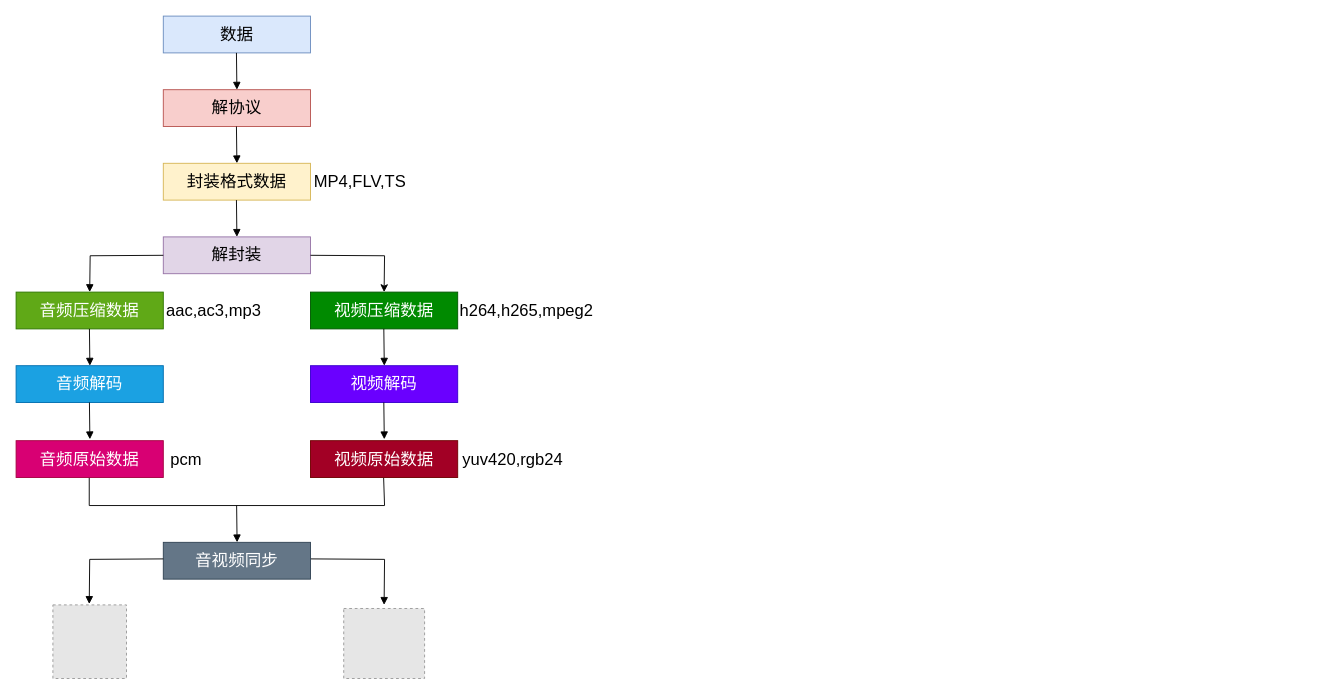
Before: page "播放器" (1 of 2) of graph.drawio in AndyYoung1004/draw.io, a draw.io diagram. Source tidied: cells renumbered, new cells numbered last; positions are measured from the earlier drawing's top-left corner, leaving out a move shared by most shapes. Both pictures are drawn from the tidied source at 92%, with x=0, y=0 at pixel (16, 16). Pictures stored in the file or linked from it are replaced by grey dashed boxes.
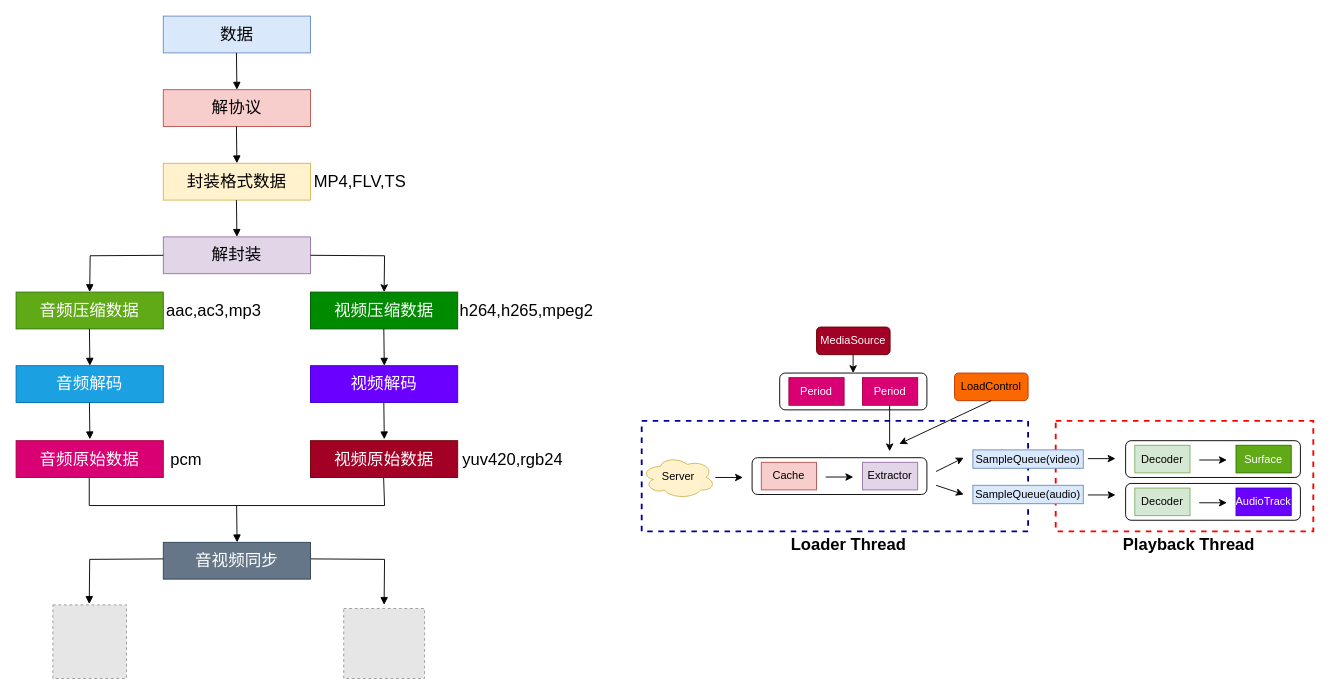
Above is the later version.

Commit message:
更新exoplayer播放器架构

What changed in the source:
```diff
@@
+    <mxCell id="33" style="rounded=0;whiteSpace=wrap;html=1;dashed=1;strokeColor=#FF0000;strokeWidth=2;" parent="1" vertex="1">
+      <mxGeometry x="1130" y="440" width="280" height="120" as="geometry" />
+    </mxCell>
+    <mxCell id="34" style="rounded=0;whiteSpace=wrap;html=1;dashed=1;strokeColor=#000099;strokeWidth=2;" parent="1" vertex="1">
+      <mxGeometry x="680" y="440" width="420" height="120" as="geometry" />
+    </mxCell>
+    <mxCell id="35" style="rounded=1;whiteSpace=wrap;html=1;" parent="1" vertex="1">
+      <mxGeometry x="830" y="388" width="160" height="40" as="geometry" />
+    </mxCell>
+    <mxCell id="36" value="Period" style="rounded=0;whiteSpace=wrap;html=1;fillColor=#d80073;fontColor=#ffffff;strokeColor=#A50040;" parent="1" vertex="1">
+      <mxGeometry x="840" y="393" width="60" height="30" as="geometry" />
+    </mxCell>
+    <mxCell id="37" value="Period" style="rounded=0;whiteSpace=wrap;html=1;fillColor=#d80073;fontColor=#ffffff;strokeColor=#A50040;" parent="1" vertex="1">
+      <mxGeometry x="920" y="393" width="60" height="30" as="geometry" />
+    </mxCell>
+    <mxCell id="38" value="MediaSource" style="rounded=1;whiteSpace=wrap;html=1;fillColor=#a20025;fontColor=#ffffff;strokeColor=#6F0000;" parent="1" vertex="1">
+      <mxGeometry x="870" y="338" width="80" height="30" as="geometry" />
+    </mxCell>
+    <mxCell id="39" value="LoadControl" style="rounded=1;whiteSpace=wrap;html=1;fillColor=#fa6800;fontColor=#000000;strokeColor=#C73500;" parent="1" vertex="1">
+      <mxGeometry x="1020" y="388" width="80" height="30" as="geometry" />
+    </mxCell>
+    <mxCell id="40" value="Server" style="ellipse;shape=cloud;whiteSpace=wrap;html=1;fillColor=#fff2cc;strokeColor=#d6b656;" parent="1" vertex="1">
+      <mxGeometry x="680" y="478" width="80" height="46.5" as="geometry" />
+    </mxCell>
+    <mxCell id="41" style="rounded=1;whiteSpace=wrap;html=1;" parent="1" vertex="1">
+      <mxGeometry x="800" y="480" width="190" height="40" as="geometry" />
+    </mxCell>
+    <mxCell id="42" value="Cache" style="rounded=0;whiteSpace=wrap;html=1;fillColor=#f8cecc;strokeColor=#b85450;" parent="1" vertex="1">
+      <mxGeometry x="810" y="485" width="60" height="30" as="geometry" />
+    </mxCell>
+    <mxCell id="43" value="Extractor" style="rounded=0;whiteSpace=wrap;html=1;fillColor=#e1d5e7;strokeColor=#9673a6;" parent="1" vertex="1">
+      <mxGeometry x="920" y="485" width="60" height="30" as="geometry" />
+    </mxCell>
+    <mxCell id="44" style="endArrow=classic;html=1;rounded=0;" parent="1" edge="1">
+      <mxGeometry relative="1" as="geometry">
+        <mxPoint x="760" y="501.5" as="sourcePoint" />
+        <mxPoint x="790" y="501.5" as="targetPoint" />
+      </mxGeometry>
+    </mxCell>
+    <mxCell id="45" style="endArrow=classic;html=1;rounded=0;" parent="1" edge="1">
+      <mxGeometry relative="1" as="geometry">
+        <mxPoint x="909.8" y="368" as="sourcePoint" />
+        <mxPoint x="909.8" y="388" as="targetPoint" />
+      </mxGeometry>
+    </mxCell>
+    <mxCell id="46" style="endArrow=classic;html=1;rounded=0;" parent="1" edge="1">
+      <mxGeometry relative="1" as="geometry">
+        <mxPoint x="880" y="501" as="sourcePoint" />
+        <mxPoint x="910" y="501" as="targetPoint" />
+      </mxGeometry>
+    </mxCell>
+    <mxCell id="47" value="SampleQueue(video)" style="rounded=0;whiteSpace=wrap;html=1;fillColor=#dae8fc;strokeColor=#6c8ebf;" parent="1" vertex="1">
+      <mxGeometry x="1040" y="471.5" width="120" height="20" as="geometry" />
+    </mxCell>
+    <mxCell id="48" value="SampleQueue(audio)" style="rounded=0;whiteSpace=wrap;html=1;fillColor=#dae8fc;strokeColor=#6c8ebf;" parent="1" vertex="1">
+      <mxGeometry x="1040" y="510" width="120" height="20" as="geometry" />
+    </mxCell>
+    <mxCell id="49" style="endArrow=classic;html=1;rounded=0;" parent="1" edge="1">
+      <mxGeometry relative="1" as="geometry">
+        <mxPoint x="1000" y="510" as="sourcePoint" />
+        <mxPoint x="1030" y="520" as="targetPoint" />
+      </mxGeometry>
+    </mxCell>
+    <mxCell id="50" style="endArrow=classic;html=1;rounded=0;" parent="1" edge="1">
+      <mxGeometry relative="1" as="geometry">
+        <mxPoint x="1000" y="495" as="sourcePoint" />
+        <mxPoint x="1030" y="480" as="targetPoint" />
+      </mxGeometry>
+    </mxCell>
+    <mxCell id="51" style="endArrow=classic;html=1;rounded=0;" parent="1" edge="1">
+      <mxGeometry relative="1" as="geometry">
+        <mxPoint x="1165" y="481" as="sourcePoint" />
+        <mxPoint x="1195" y="481" as="targetPoint" />
+      </mxGeometry>
+    </mxCell>
+    <mxCell id="52" style="endArrow=classic;html=1;rounded=0;" parent="1" edge="1">
+      <mxGeometry relative="1" as="geometry">
+        <mxPoint x="1165" y="520.5" as="sourcePoint" />
+        <mxPoint x="1195" y="520.5" as="targetPoint" />
+      </mxGeometry>
+    </mxCell>
+    <mxCell id="53" style="rounded=1;whiteSpace=wrap;html=1;" parent="1" vertex="1">
+      <mxGeometry x="1206" y="461.5" width="190" height="40" as="geometry" />
+    </mxCell>
+    <mxCell id="54" value="Decoder" style="rounded=0;whiteSpace=wrap;html=1;fillColor=#d5e8d4;strokeColor=#82b366;" parent="1" vertex="1">
+      <mxGeometry x="1216" y="466.5" width="60" height="30" as="geometry" />
+    </mxCell>
+    <mxCell id="55" value="Surface" style="rounded=0;whiteSpace=wrap;html=1;fillColor=#60a917;fontColor=#ffffff;strokeColor=#2D7600;" parent="1" vertex="1">
+      <mxGeometry x="1326" y="466.5" width="60" height="30" as="geometry" />
+    </mxCell>
+    <mxCell id="56" style="endArrow=classic;html=1;rounded=0;" parent="1" edge="1">
+      <mxGeometry relative="1" as="geometry">
+        <mxPoint x="1286" y="482.5" as="sourcePoint" />
+        <mxPoint x="1316" y="482.5" as="targetPoint" />
+      </mxGeometry>
+    </mxCell>
+    <mxCell id="57" style="rounded=1;whiteSpace=wrap;html=1;" parent="1" vertex="1">
+      <mxGeometry x="1206" y="508" width="190" height="40" as="geometry" />
+    </mxCell>
+    <mxCell id="58" value="Decoder" style="rounded=0;whiteSpace=wrap;html=1;fillColor=#d5e8d4;strokeColor=#82b366;" parent="1" vertex="1">
+      <mxGeometry x="1216" y="513" width="60" height="30" as="geometry" />
+    </mxCell>
+    <mxCell id="59" value="AudioTrack" style="rounded=0;whiteSpace=wrap;html=1;fillColor=#6a00ff;fontColor=#ffffff;strokeColor=#3700CC;" parent="1" vertex="1">
+      <mxGeometry x="1326" y="513" width="60" height="30" as="geometry" />
+    </mxCell>
+    <mxCell id="60" style="endArrow=classic;html=1;rounded=0;" parent="1" edge="1">
+      <mxGeometry relative="1" as="geometry">
+        <mxPoint x="1286" y="529" as="sourcePoint" />
+        <mxPoint x="1316" y="529" as="targetPoint" />
+      </mxGeometry>
+    </mxCell>
+    <mxCell id="61" style="endArrow=classic;html=1;rounded=0;" parent="1" edge="1">
+      <mxGeometry relative="1" as="geometry">
+        <mxPoint x="949.5" y="423" as="sourcePoint" />
+        <mxPoint x="949.5" y="473" as="targetPoint" />
+      </mxGeometry>
+    </mxCell>
+    <mxCell id="62" style="endArrow=classic;html=1;rounded=0;entryX=1;entryY=0;entryDx=0;entryDy=0;" parent="1" edge="1">
+      <mxGeometry relative="1" as="geometry">
+        <mxPoint x="1060" y="418" as="sourcePoint" />
+        <mxPoint x="960" y="465" as="targetPoint" />
+      </mxGeometry>
+    </mxCell>
+    <mxCell id="63" value="&lt;b&gt;&lt;font style=&quot;font-size: 18px;&quot;&gt;Loader Thread&lt;/font&gt;&lt;/b&gt;" style="text;html=1;align=center;verticalAlign=middle;whiteSpace=wrap;rounded=0;" parent="1" vertex="1">
+      <mxGeometry x="840" y="560" width="130" height="30" as="geometry" />
+    </mxCell>
+    <mxCell id="64" value="&lt;b&gt;&lt;font style=&quot;font-size: 18px;&quot;&gt;Playback Thread&lt;/font&gt;&lt;/b&gt;" style="text;html=1;align=center;verticalAlign=middle;whiteSpace=wrap;rounded=0;" parent="1" vertex="1">
+      <mxGeometry x="1200" y="560" width="150" height="30" as="geometry" />
+    </mxCell>
```
